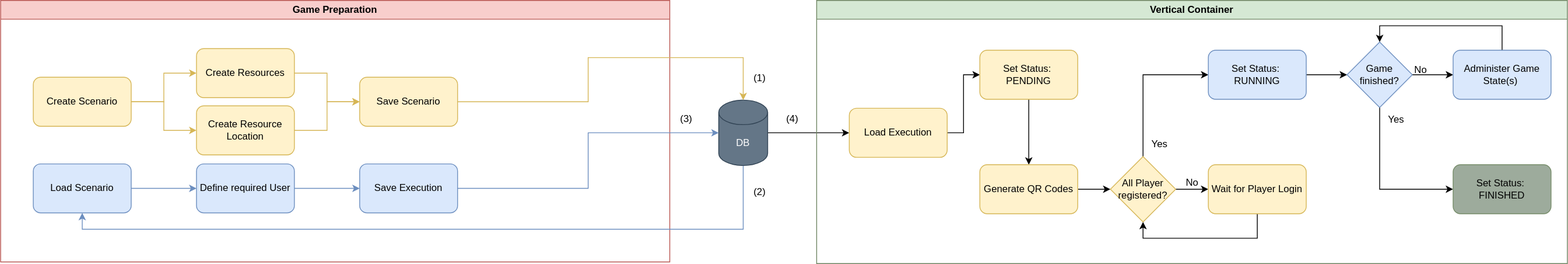
Above: doc/server/Scenario Flow.svg in MANVSim/MANVSim (draw.io), before the change. Source tidied: cells renumbered, new cells last; positions are measured from the earlier drawing's top-left corner, leaving out a move shared by most shapes.
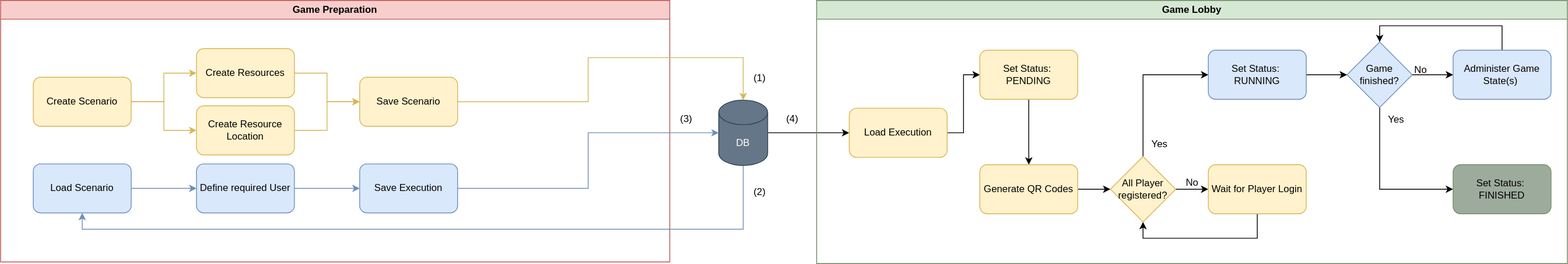
The same file after the commit.

Change to the diagram source:
```diff
@@ -58,7 +58,7 @@
     <mxCell id="18" value="DB" style="shape=cylinder3;whiteSpace=wrap;html=1;boundedLbl=1;backgroundOutline=1;size=15;fillColor=#647687;fontColor=#ffffff;strokeColor=#314354;" parent="1" vertex="1">
       <mxGeometry x="880" y="122" width="60" height="80" as="geometry" />
     </mxCell>
-    <mxCell id="19" value="Vertical Container" style="swimlane;whiteSpace=wrap;html=1;fillColor=#d5e8d4;strokeColor=#6e8462;" parent="1" vertex="1">
+    <mxCell id="19" value="Game Lobby" style="swimlane;whiteSpace=wrap;html=1;fillColor=#d5e8d4;strokeColor=#6e8462;" parent="1" vertex="1">
       <mxGeometry x="1000" width="920" height="322" as="geometry" />
     </mxCell>
     <mxCell id="20" style="edgeStyle=orthogonalEdgeStyle;rounded=0;jettySize=auto;html=1;entryX=0;entryY=0.5;entryDx=0;entryDy=0;" parent="19" edge="1" source="21" target="23">
```
